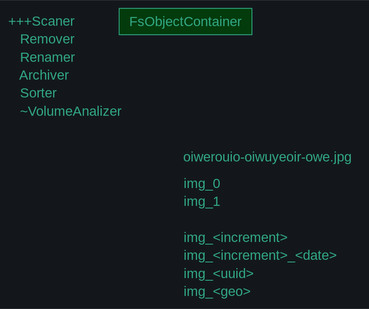
The Excalidraw diagram FileProcessor/FileProcessor.svg in silvercodes/P23_dotnet, before a commit. Source tidied: one line per element, renumbered; positions are measured from the earlier drawing's top-left corner, leaving out a move shared by most shapes.
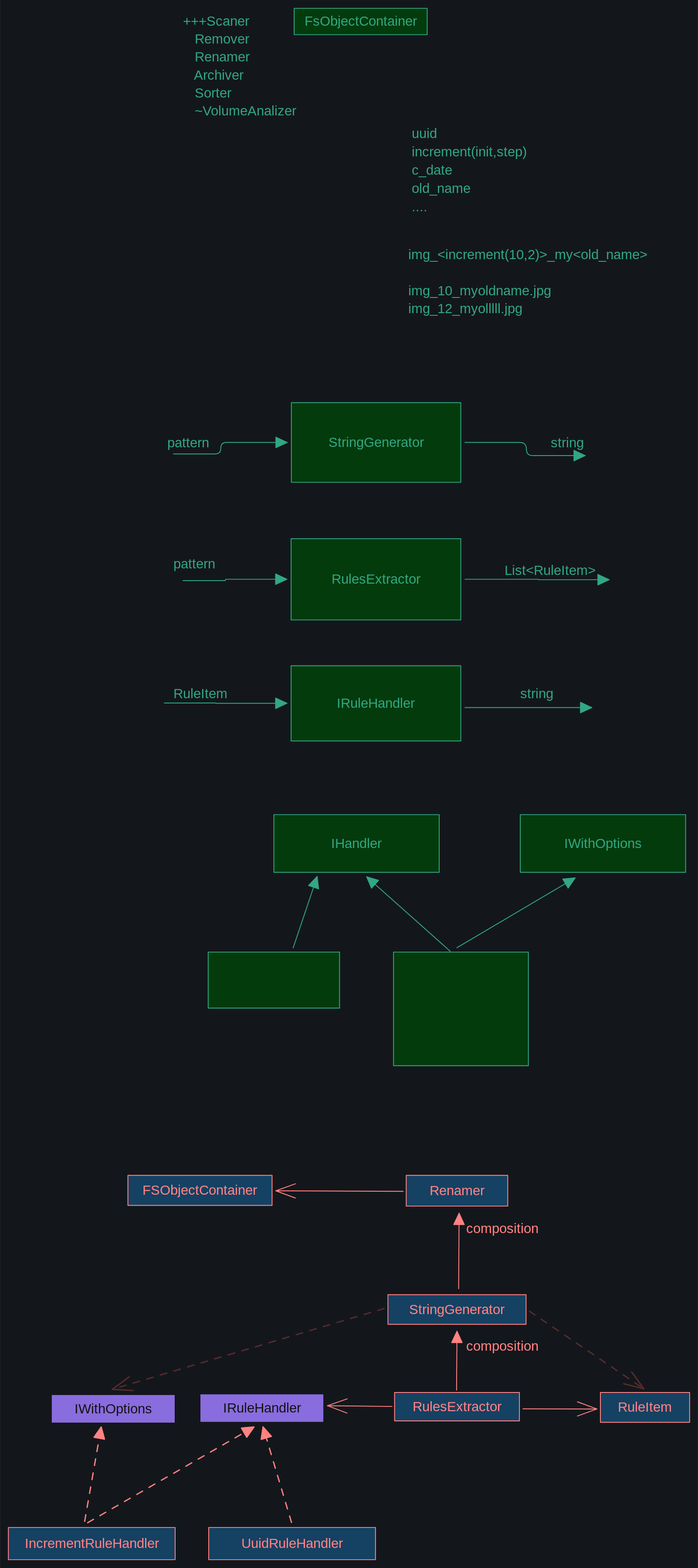
Above is the later version.

The edit, as a diff of the source:
```diff
@@ -1,6 +1,62 @@
 {"id": 0, "type": "text", "text": "+++Scaner\n   Remover\n   Renamer\n   Archiver\n   Sorter\n   ~VolumeAnalizer", "strokeColor": "#099268", "backgroundColor": "#b2f2bb", "fillStyle": "solid", "strokeWidth": 4, "roughness": 0, "fontSize": 16, "fontFamily": 6, "x": 0, "y": 5, "width": 151, "height": 130}
 {"id": 1, "type": "rectangle", "strokeColor": "#099268", "backgroundColor": "#b2f2bb", "fillStyle": "solid", "strokeWidth": 1, "roughness": 0, "x": 133, "y": 0, "width": 160, "height": 32}
 {"id": 2, "type": "text", "text": "FsObjectContainer", "strokeColor": "#099268", "backgroundColor": "#b2f2bb", "fillStyle": "solid", "strokeWidth": 1, "roughness": 0, "fontSize": 16, "fontFamily": 6, "textAlign": "center", "verticalAlign": "middle", "inside": 1, "x": 145, "y": 5, "width": 136, "height": 22}
-{"id": 3, "type": "text", "text": "img_0\nimg_1\n\n\n\n", "strokeColor": "#099268", "backgroundColor": "#b2f2bb", "fillStyle": "solid", "strokeWidth": 1, "roughness": 0, "fontSize": 16, "fontFamily": 6, "x": 211, "y": 200, "width": 45, "height": 130}
-{"id": 4, "type": "text", "text": "oiwerouio-oiwuyeoir-owe.jpg", "strokeColor": "#099268", "backgroundColor": "#b2f2bb", "fillStyle": "solid", "strokeWidth": 1, "roughness": 0, "fontSize": 16, "fontFamily": 6, "x": 210, "y": 168, "width": 213, "height": 22}
-{"id": 5, "type": "text", "text": "img_<increment>\nimg_<increment>_<date>\nimg_<uuid>\nimg_<geo>", "strokeColor": "#099268", "backgroundColor": "#b2f2bb", "fillStyle": "solid", "strokeWidth": 1, "roughness": 0, "fontSize": 16, "fontFamily": 6, "x": 211, "y": 265, "width": 186, "height": 86}
+{"id": 6, "type": "text", "text": "img_<increment(10,2)>_my<old_name>\n\nimg_10_myoldname.jpg\nimg_12_myolllll.jpg\n", "strokeColor": "#099268", "backgroundColor": "#b2f2bb", "fillStyle": "solid", "strokeWidth": 1, "roughness": 0, "fontSize": 16, "fontFamily": 6, "x": 270, "y": 285, "width": 290, "height": 108}
+{"id": 7, "type": "text", "text": "uuid\nincrement(init,step)\nc_date\nold_name\n....\n", "strokeColor": "#099268", "backgroundColor": "#b2f2bb", "fillStyle": "solid", "strokeWidth": 1, "roughness": 0, "fontSize": 16.17, "fontFamily": 6, "x": 274, "y": 140, "width": 141, "height": 131}
+{"id": 8, "type": "rectangle", "strokeColor": "#099268", "backgroundColor": "#b2f2bb", "fillStyle": "solid", "strokeWidth": 1, "roughness": 0, "x": 130, "y": 473, "width": 203, "height": 96}
+{"id": 9, "type": "text", "text": "StringGenerator", "strokeColor": "#099268", "backgroundColor": "#b2f2bb", "fillStyle": "solid", "strokeWidth": 1, "roughness": 0, "fontSize": 16, "fontFamily": 6, "textAlign": "center", "verticalAlign": "middle", "inside": 8, "x": 173, "y": 510, "width": 118, "height": 22}
+{"id": 10, "type": "arrow", "strokeColor": "#099268", "backgroundColor": "#b2f2bb", "fillStyle": "solid", "strokeWidth": 1, "roughness": 0, "endArrowhead": "triangle", "to": 8, "x": -12, "y": 535, "width": 136, "height": 14, "points": [[0, 0], [57, 0], [57, -14], [136, -14]]}
+{"id": 11, "type": "text", "text": "pattern", "strokeColor": "#099268", "backgroundColor": "#b2f2bb", "fillStyle": "solid", "strokeWidth": 1, "roughness": 0, "fontSize": 16, "fontFamily": 6, "x": -19, "y": 511, "width": 53, "height": 22}
+{"id": 12, "type": "arrow", "strokeColor": "#099268", "backgroundColor": "#b2f2bb", "fillStyle": "solid", "strokeWidth": 1, "roughness": 0, "endArrowhead": "triangle", "from": 8, "x": 338, "y": 521, "width": 144, "height": 16, "points": [[0, 0], [74, 0], [74, 16], [144, 16]]}
+{"id": 13, "type": "text", "text": "string", "strokeColor": "#099268", "backgroundColor": "#b2f2bb", "fillStyle": "solid", "strokeWidth": 1, "roughness": 0, "fontSize": 16, "fontFamily": 6, "x": 441, "y": 511, "width": 42, "height": 22}
+{"id": 14, "type": "rectangle", "strokeColor": "#099268", "backgroundColor": "#b2f2bb", "fillStyle": "solid", "strokeWidth": 1, "roughness": 0, "x": 130, "y": 636, "width": 204, "height": 98}
+{"id": 15, "type": "text", "text": "RulesExtractor", "strokeColor": "#099268", "backgroundColor": "#b2f2bb", "fillStyle": "solid", "strokeWidth": 1, "roughness": 0, "fontSize": 16, "fontFamily": 6, "textAlign": "center", "verticalAlign": "middle", "inside": 14, "x": 177, "y": 674, "width": 109, "height": 22}
+{"id": 16, "type": "arrow", "strokeColor": "#099268", "backgroundColor": "#b2f2bb", "fillStyle": "solid", "strokeWidth": 1, "roughness": 0, "endArrowhead": "triangle", "to": 14, "x": 0, "y": 687, "width": 125, "height": 2, "points": [[0, 0], [51, 0], [51, -2], [125, -2]]}
+{"id": 17, "type": "text", "text": "pattern", "strokeColor": "#099268", "backgroundColor": "#b2f2bb", "fillStyle": "solid", "strokeWidth": 1, "roughness": 0, "fontSize": 16, "fontFamily": 6, "x": -12, "y": 656, "width": 53, "height": 22}
+{"id": 18, "type": "arrow", "strokeColor": "#099268", "backgroundColor": "#b2f2bb", "fillStyle": "solid", "strokeWidth": 1, "roughness": 0, "endArrowhead": "triangle", "from": 14, "x": 338, "y": 685, "width": 173, "height": 1, "points": [[0, 0], [88, 0], [88, 1], [173, 1]]}
+{"id": 19, "type": "text", "text": "List<RuleItem>", "strokeColor": "#099268", "backgroundColor": "#b2f2bb", "fillStyle": "solid", "strokeWidth": 1, "roughness": 0, "fontSize": 16, "fontFamily": 6, "x": 385, "y": 664, "width": 112, "height": 22}
+{"id": 20, "type": "rectangle", "strokeColor": "#099268", "backgroundColor": "#b2f2bb", "fillStyle": "solid", "strokeWidth": 1, "roughness": 0, "x": 130, "y": 789, "width": 204, "height": 90}
+{"id": 21, "type": "text", "text": "IRuleHandler", "strokeColor": "#099268", "backgroundColor": "#b2f2bb", "fillStyle": "solid", "strokeWidth": 1, "roughness": 0, "fontSize": 16, "fontFamily": 6, "textAlign": "center", "verticalAlign": "middle", "inside": 20, "x": 182, "y": 823, "width": 98, "height": 22}
+{"id": 22, "type": "arrow", "strokeColor": "#099268", "backgroundColor": "#b2f2bb", "fillStyle": "solid", "strokeWidth": 1, "roughness": 0, "endArrowhead": "triangle", "to": 20, "x": -23, "y": 833, "width": 147, "height": 0, "points": [[0, 0], [62, 0], [62, 0], [147, 0]]}
+{"id": 23, "type": "text", "text": "RuleItem", "strokeColor": "#099268", "backgroundColor": "#b2f2bb", "fillStyle": "solid", "strokeWidth": 1, "roughness": 0, "fontSize": 16, "fontFamily": 6, "x": -12, "y": 812, "width": 65, "height": 22}
+{"id": 24, "type": "arrow", "strokeColor": "#099268", "backgroundColor": "#b2f2bb", "fillStyle": "solid", "strokeWidth": 1, "roughness": 0, "endArrowhead": "triangle", "from": 20, "x": 338, "y": 839, "width": 152, "height": 0, "points": [[0, 0], [152, 0]]}
+{"id": 25, "type": "text", "text": "string", "strokeColor": "#099268", "backgroundColor": "#b2f2bb", "fillStyle": "solid", "strokeWidth": 1, "roughness": 0, "fontSize": 16, "fontFamily": 6, "x": 404, "y": 812, "width": 42, "height": 22}
+{"id": 26, "type": "rectangle", "strokeColor": "#099268", "backgroundColor": "#b2f2bb", "fillStyle": "solid", "strokeWidth": 1, "roughness": 0, "x": 109, "y": 967, "width": 198, "height": 69}
+{"id": 27, "type": "text", "text": "IHandler", "strokeColor": "#099268", "backgroundColor": "#b2f2bb", "fillStyle": "solid", "strokeWidth": 1, "roughness": 0, "fontSize": 16, "fontFamily": 6, "textAlign": "center", "verticalAlign": "middle", "inside": 26, "x": 176, "y": 991, "width": 65, "height": 22}
+{"id": 28, "type": "rectangle", "strokeColor": "#099268", "backgroundColor": "#b2f2bb", "fillStyle": "solid", "strokeWidth": 1, "roughness": 0, "x": 30, "y": 1132, "width": 158, "height": 67}
+{"id": 29, "type": "rectangle", "strokeColor": "#099268", "backgroundColor": "#b2f2bb", "fillStyle": "solid", "strokeWidth": 1, "roughness": 0, "x": 252, "y": 1132, "width": 162, "height": 136}
+{"id": 30, "type": "arrow", "strokeColor": "#099268", "backgroundColor": "#b2f2bb", "fillStyle": "solid", "strokeWidth": 1, "roughness": 0, "endArrowhead": "triangle", "from": 28, "to": 26, "x": 132, "y": 1127, "width": 29, "height": 86, "points": [[0, 0], [29, -86]]}
+{"id": 31, "type": "arrow", "strokeColor": "#099268", "backgroundColor": "#b2f2bb", "fillStyle": "solid", "strokeWidth": 1, "roughness": 0, "endArrowhead": "triangle", "from": 29, "to": 26, "x": 320, "y": 1131, "width": 100, "height": 89, "points": [[0, 0], [-100, -89]]}
+{"id": 32, "type": "rectangle", "strokeColor": "#099268", "backgroundColor": "#b2f2bb", "fillStyle": "solid", "strokeWidth": 1, "roughness": 0, "x": 404, "y": 967, "width": 198, "height": 69}
+{"id": 33, "type": "text", "text": "IWithOptions", "strokeColor": "#099268", "backgroundColor": "#b2f2bb", "fillStyle": "solid", "strokeWidth": 1, "roughness": 0, "fontSize": 16, "fontFamily": 6, "textAlign": "center", "verticalAlign": "middle", "inside": 32, "x": 454, "y": 991, "width": 100, "height": 22}
+{"id": 34, "type": "arrow", "strokeColor": "#099268", "backgroundColor": "#b2f2bb", "fillStyle": "solid", "strokeWidth": 1, "roughness": 0, "endArrowhead": "triangle", "from": 29, "to": 32, "x": 328, "y": 1127, "width": 142, "height": 84, "points": [[0, 0], [142, -84]]}
+{"id": 35, "type": "rectangle", "strokeColor": "#e03131", "backgroundColor": "#a5d8ff", "fillStyle": "solid", "strokeWidth": 1, "roughness": 0, "x": 268, "y": 1400, "width": 122, "height": 37}
+{"id": 36, "type": "text", "text": "Renamer", "strokeColor": "#e03131", "backgroundColor": "#b2f2bb", "fillStyle": "solid", "strokeWidth": 1, "roughness": 0, "fontSize": 16, "fontFamily": 6, "textAlign": "center", "verticalAlign": "middle", "inside": 35, "x": 295, "y": 1408, "width": 67, "height": 22}
+{"id": 37, "type": "rectangle", "strokeColor": "#e03131", "backgroundColor": "#a5d8ff", "fillStyle": "solid", "strokeWidth": 1, "roughness": 0, "x": -66, "y": 1400, "width": 173, "height": 36}
+{"id": 38, "type": "text", "text": "FSObjectContainer", "strokeColor": "#e03131", "backgroundColor": "#a5d8ff", "fillStyle": "solid", "strokeWidth": 1, "roughness": 0, "fontSize": 16, "fontFamily": 6, "textAlign": "center", "verticalAlign": "middle", "inside": 37, "x": -49, "y": 1407, "width": 138, "height": 22}
+{"id": 39, "type": "rectangle", "strokeColor": "#e03131", "backgroundColor": "#a5d8ff", "fillStyle": "solid", "strokeWidth": 1, "roughness": 0, "x": 246, "y": 1543, "width": 166, "height": 35}
+{"id": 40, "type": "text", "text": "StringGenerator", "strokeColor": "#e03131", "backgroundColor": "#a5d8ff", "fillStyle": "solid", "strokeWidth": 1, "roughness": 0, "fontSize": 16, "fontFamily": 6, "textAlign": "center", "verticalAlign": "middle", "inside": 39, "x": 270, "y": 1550, "width": 118, "height": 22}
+{"id": 41, "type": "arrow", "strokeColor": "#e03131", "backgroundColor": "#a5d8ff", "fillStyle": "solid", "strokeWidth": 1, "roughness": 0, "endArrowhead": "triangle", "from": 39, "to": 35, "x": 330, "y": 1536, "width": 1, "height": 90, "points": [[0, 0], [1, -90]]}
+{"id": 42, "type": "text", "text": "composition", "strokeColor": "#e03131", "backgroundColor": "#a5d8ff", "fillStyle": "solid", "strokeWidth": 1, "roughness": 0, "fontSize": 16, "fontFamily": 6, "x": 339, "y": 1453, "width": 88, "height": 22}
+{"id": 43, "type": "arrow", "strokeColor": "#e03131", "backgroundColor": "#a5d8ff", "fillStyle": "solid", "strokeWidth": 1, "roughness": 0, "endArrowhead": "arrow", "from": 35, "to": 37, "x": 264, "y": 1419, "width": 153, "height": 1, "points": [[0, 0], [-153, -1]]}
+{"id": 44, "type": "rectangle", "strokeColor": "#e03131", "backgroundColor": "#a5d8ff", "fillStyle": "solid", "strokeWidth": 1, "roughness": 0, "x": 254, "y": 1661, "width": 150, "height": 34}
+{"id": 45, "type": "text", "text": "RulesExtractor", "strokeColor": "#e03131", "backgroundColor": "#a5d8ff", "fillStyle": "solid", "strokeWidth": 1, "roughness": 0, "fontSize": 16, "fontFamily": 6, "textAlign": "center", "verticalAlign": "middle", "inside": 44, "x": 274, "y": 1667, "width": 109, "height": 22}
+{"id": 46, "type": "rectangle", "strokeColor": "#e03131", "backgroundColor": "#a5d8ff", "fillStyle": "solid", "strokeWidth": 1, "roughness": 0, "x": 500, "y": 1661, "width": 107, "height": 36}
+{"id": 47, "type": "text", "text": "RuleItem", "strokeColor": "#e03131", "backgroundColor": "#a5d8ff", "fillStyle": "solid", "strokeWidth": 1, "roughness": 0, "fontSize": 16, "fontFamily": 6, "textAlign": "center", "verticalAlign": "middle", "inside": 46, "x": 521, "y": 1668, "width": 65, "height": 22}
+{"id": 48, "type": "rectangle", "strokeColor": "#ffffff", "backgroundColor": "#9775fa", "fillStyle": "solid", "strokeWidth": 1, "roughness": 0, "x": 20, "y": 1662, "width": 148, "height": 34}
+{"id": 49, "type": "text", "text": "IRuleHandler", "strokeColor": "#ffffff", "backgroundColor": "#a5d8ff", "fillStyle": "solid", "strokeWidth": 1, "roughness": 0, "fontSize": 16, "fontFamily": 6, "textAlign": "center", "verticalAlign": "middle", "inside": 48, "x": 46, "y": 1668, "width": 98, "height": 22}
+{"id": 50, "type": "arrow", "strokeColor": "#e03131", "backgroundColor": "#a5d8ff", "fillStyle": "solid", "strokeWidth": 1, "roughness": 0, "endArrowhead": "triangle", "from": 44, "to": 39, "x": 328, "y": 1658, "width": 1, "height": 71, "points": [[0, 0], [1, -71]]}
+{"id": 51, "type": "text", "text": "composition", "strokeColor": "#e03131", "backgroundColor": "#a5d8ff", "fillStyle": "solid", "strokeWidth": 1, "roughness": 0, "fontSize": 16, "fontFamily": 6, "x": 339, "y": 1594, "width": 88, "height": 22}
+{"id": 52, "type": "arrow", "strokeColor": "#e03131", "backgroundColor": "#9775fa", "fillStyle": "solid", "strokeWidth": 1, "roughness": 0, "endArrowhead": "arrow", "from": 44, "to": 46, "x": 408, "y": 1680, "width": 89, "height": 0, "points": [[0, 0], [89, 0]]}
+{"id": 53, "type": "arrow", "strokeColor": "#e03131", "backgroundColor": "#9775fa", "fillStyle": "solid", "strokeWidth": 1, "roughness": 0, "endArrowhead": "arrow", "from": 44, "to": 48, "x": 251, "y": 1677, "width": 77, "height": 1, "points": [[0, 0], [-77, -1]]}
+{"id": 54, "type": "rectangle", "strokeColor": "#ffffff", "backgroundColor": "#9775fa", "fillStyle": "solid", "strokeWidth": 1, "roughness": 0, "x": -158, "y": 1663, "width": 148, "height": 34}
+{"id": 55, "type": "text", "text": "IWithOptions", "strokeColor": "#ffffff", "backgroundColor": "#a5d8ff", "fillStyle": "solid", "strokeWidth": 1, "roughness": 0, "fontSize": 16, "fontFamily": 6, "textAlign": "center", "verticalAlign": "middle", "inside": 54, "x": -134, "y": 1669, "width": 100, "height": 22}
+{"id": 56, "type": "rectangle", "strokeColor": "#e03131", "backgroundColor": "#a5d8ff", "fillStyle": "solid", "strokeWidth": 1, "roughness": 0, "x": -210, "y": 1822, "width": 200, "height": 39}
+{"id": 57, "type": "text", "text": "IncrementRuleHandler", "strokeColor": "#e03131", "backgroundColor": "#a5d8ff", "fillStyle": "solid", "strokeWidth": 1, "roughness": 0, "fontSize": 16, "fontFamily": 6, "textAlign": "center", "verticalAlign": "middle", "inside": 56, "x": -193, "y": 1831, "width": 166, "height": 22}
+{"id": 58, "type": "rectangle", "strokeColor": "#e03131", "backgroundColor": "#a5d8ff", "fillStyle": "solid", "strokeWidth": 1, "roughness": 0, "x": 31, "y": 1822, "width": 200, "height": 39}
+{"id": 59, "type": "text", "text": "UuidRuleHandler", "strokeColor": "#e03131", "backgroundColor": "#a5d8ff", "fillStyle": "solid", "strokeWidth": 1, "roughness": 0, "fontSize": 16, "fontFamily": 6, "textAlign": "center", "verticalAlign": "middle", "inside": 58, "x": 67, "y": 1831, "width": 128, "height": 22}
+{"id": 60, "type": "arrow", "strokeColor": "#e03131", "backgroundColor": "#9775fa", "fillStyle": "solid", "strokeWidth": 1, "strokeStyle": "dashed", "roughness": 0, "endArrowhead": "triangle", "from": 58, "to": 48, "x": 130, "y": 1816, "width": 34, "height": 115, "points": [[0, 0], [-34, -115]]}
+{"id": 61, "type": "arrow", "strokeColor": "#e03131", "backgroundColor": "#9775fa", "fillStyle": "solid", "strokeWidth": 1, "strokeStyle": "dashed", "roughness": 0, "endArrowhead": "triangle", "from": 56, "to": 48, "x": -114, "y": 1817, "width": 199, "height": 115, "points": [[0, 0], [199, -115]]}
+{"id": 62, "type": "arrow", "strokeColor": "#e03131", "backgroundColor": "#9775fa", "fillStyle": "solid", "strokeWidth": 1, "strokeStyle": "dashed", "roughness": 0, "endArrowhead": "triangle", "from": 56, "to": 54, "x": -118, "y": 1815, "width": 20, "height": 113, "points": [[0, 0], [20, -113]]}
+{"id": 63, "type": "arrow", "strokeColor": "#ffc9c9", "backgroundColor": "#9775fa", "fillStyle": "solid", "strokeWidth": 1, "strokeStyle": "dashed", "roughness": 0, "endArrowhead": "arrow", "from": 39, "to": 54, "x": 241, "y": 1560, "width": 326, "height": 97, "points": [[0, 0], [-326, 97]]}
+{"id": 64, "type": "arrow", "strokeColor": "#ffc9c9", "backgroundColor": "#9775fa", "fillStyle": "solid", "strokeWidth": 1, "strokeStyle": "dashed", "roughness": 0, "endArrowhead": "arrow", "from": 39, "to": 46, "x": 415, "y": 1563, "width": 137, "height": 93, "points": [[0, 0], [137, 93]]}
```
